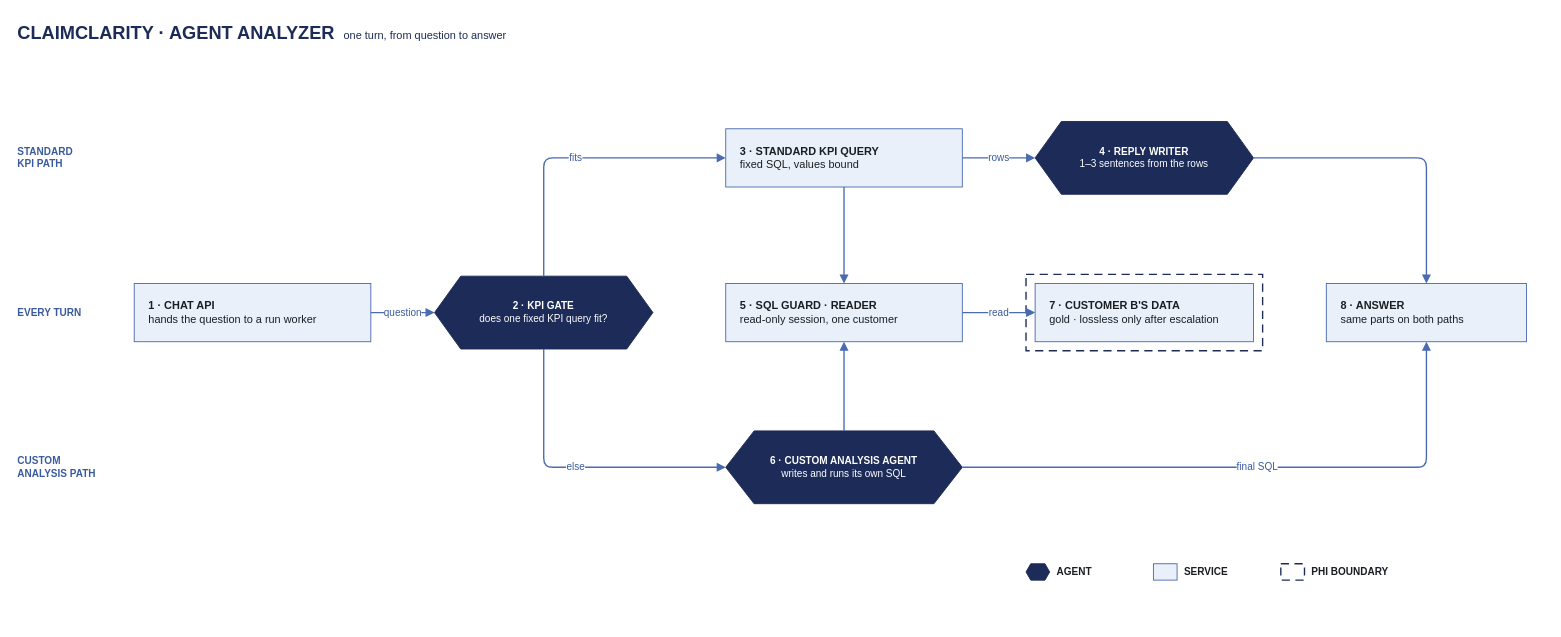
Earlier version of the draw.io diagram docs/architecture/src/40-analyzer.drawio (Peter-Shamoun/cc). Source tidied: cells renumbered, new cells numbered last; positions are measured from the earlier drawing's top-left corner, leaving out a move shared by most shapes. Both pictures are drawn from the tidied source at 91%, with x=0, y=0 at pixel (15, 15).
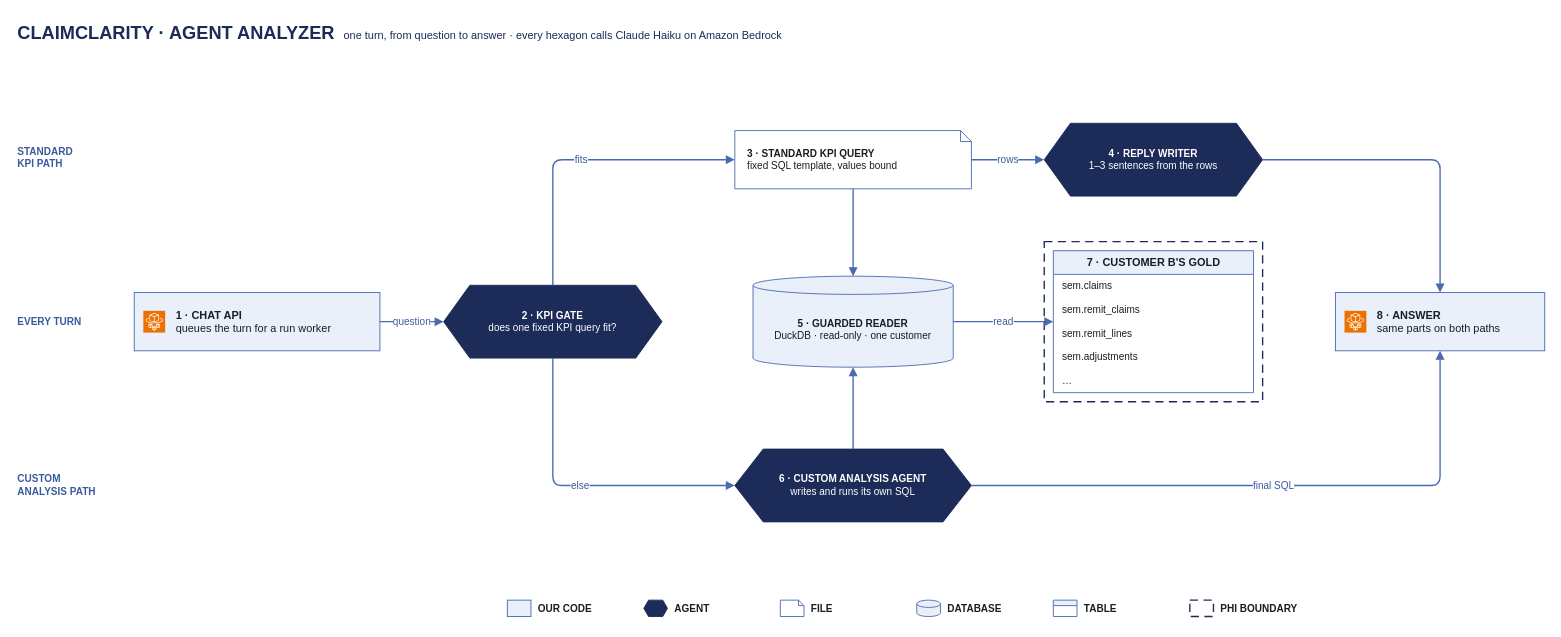
The same diagram, later.

Change to the diagram source:
```diff
@@
-    <mxCell id="2" value="&lt;b style='font-size:20px'&gt;CLAIMCLARITY · AGENT ANALYZER&lt;/b&gt;&amp;nbsp;&amp;nbsp;&amp;nbsp;one turn, from question to answer" style="text;html=1;align=left;verticalAlign=middle;fontSize=12;fontColor=#1C2B57;fontFamily=Helvetica;" parent="1" vertex="1">
-      <mxGeometry width="1200" height="36" as="geometry" />
+    <mxCell id="2" value="&lt;b style='font-size:20px'&gt;CLAIMCLARITY · AGENT ANALYZER&lt;/b&gt;&amp;nbsp;&amp;nbsp;&amp;nbsp;one turn, from question to answer · every hexagon calls Claude Haiku on Amazon Bedrock" style="text;html=1;align=left;verticalAlign=middle;fontSize=12;fontColor=#1C2B57;fontFamily=Helvetica;" parent="1" vertex="1">
+      <mxGeometry width="1300" height="36" as="geometry" />
     </mxCell>
@@
     <mxCell id="4" value="EVERY TURN" style="text;html=1;align=left;verticalAlign=middle;fontSize=11;fontColor=#3A5A9E;fontStyle=1;fontFamily=Helvetica;" parent="1" vertex="1">
-      <mxGeometry y="306" width="110" height="40" as="geometry" />
+      <mxGeometry y="316" width="110" height="40" as="geometry" />
     </mxCell>
     <mxCell id="5" value="CUSTOM&lt;br&gt;ANALYSIS PATH" style="text;html=1;align=left;verticalAlign=middle;fontSize=11;fontColor=#3A5A9E;fontStyle=1;fontFamily=Helvetica;" parent="1" vertex="1">
-      <mxGeometry y="476" width="110" height="40" as="geometry" />
+      <mxGeometry y="496" width="110" height="40" as="geometry" />
     </mxCell>
-    <mxCell id="6" value="&lt;b&gt;1 · CHAT API&lt;/b&gt;&lt;br&gt;hands the question to a run worker" style="rounded=0;whiteSpace=wrap;html=1;fillColor=#EAF0F9;strokeColor=#4A6BB0;fontColor=#1A1D23;align=left;spacingLeft=14;spacingRight=10;verticalAlign=middle;fontSize=12;fontFamily=Helvetica;" parent="1" vertex="1">
-      <mxGeometry x="130" y="294" width="260" height="64" as="geometry" />
+    <mxCell id="6" value="&lt;b&gt;1 · CHAT API&lt;/b&gt;&lt;br&gt;queues the turn for a run worker" style="rounded=0;whiteSpace=wrap;html=1;fillColor=#EAF0F9;strokeColor=#4A6BB0;fontColor=#1A1D23;align=left;spacingLeft=44;spacingRight=10;verticalAlign=middle;fontSize=12;fontFamily=Helvetica;" parent="1" vertex="1">
+      <mxGeometry x="130" y="304" width="270" height="64" as="geometry" />
     </mxCell>
+    <mxCell id="31" style="sketch=0;fontColor=#232F3E;fillColor=#ED7100;strokeColor=#ffffff;dashed=0;verticalLabelPosition=bottom;verticalAlign=top;align=center;html=1;fontSize=11;fontFamily=Helvetica;shape=mxgraph.aws4.resourceIcon;resIcon=mxgraph.aws4.fargate;" parent="6" vertex="1">
+      <mxGeometry x="10" y="20" width="24" height="24" as="geometry" />
+    </mxCell>
     <mxCell id="7" value="&lt;b&gt;2 · KPI GATE&lt;/b&gt;&lt;br&gt;does one fixed KPI query fit?" style="shape=hexagon;perimeter=hexagonPerimeter2;size=0.12;whiteSpace=wrap;html=1;fillColor=#1C2B57;strokeColor=#1C2B57;fontColor=#FFFFFF;fontFamily=Helvetica;fontSize=11;" parent="1" vertex="1">
-      <mxGeometry x="460" y="286" width="240" height="80" as="geometry" />
+      <mxGeometry x="470" y="296" width="240" height="80" as="geometry" />
     </mxCell>
-    <mxCell id="8" value="&lt;b&gt;3 · STANDARD KPI QUERY&lt;/b&gt;&lt;br&gt;fixed SQL, values bound" style="rounded=0;whiteSpace=wrap;html=1;fillColor=#EAF0F9;strokeColor=#4A6BB0;fontColor=#1A1D23;align=left;spacingLeft=14;spacingRight=10;verticalAlign=middle;fontSize=12;fontFamily=Helvetica;" parent="1" vertex="1">
-      <mxGeometry x="780" y="124" width="260" height="64" as="geometry" />
-    </mxCell>
+    <mxCell id="32" value="&lt;b&gt;3 · STANDARD KPI QUERY&lt;/b&gt;&lt;br&gt;fixed SQL template, values bound" style="shape=note;size=12;whiteSpace=wrap;html=1;fillColor=#FFFFFF;strokeColor=#4A6BB0;fontSize=11;fontFamily=Helvetica;fontColor=#1A1D23;align=left;spacingLeft=12;spacingRight=14;" parent="1" vertex="1">
+      <mxGeometry x="790" y="126" width="260" height="64" as="geometry" />
+    </mxCell>
     <mxCell id="9" value="&lt;b&gt;4 · REPLY WRITER&lt;/b&gt;&lt;br&gt;1–3 sentences from the rows" style="shape=hexagon;perimeter=hexagonPerimeter2;size=0.12;whiteSpace=wrap;html=1;fillColor=#1C2B57;strokeColor=#1C2B57;fontColor=#FFFFFF;fontFamily=Helvetica;fontSize=11;" parent="1" vertex="1">
-      <mxGeometry x="1120" y="116" width="240" height="80" as="geometry" />
+      <mxGeometry x="1130" y="118" width="240" height="80" as="geometry" />
     </mxCell>
-    <mxCell id="10" value="&lt;b&gt;5 · SQL GUARD · READER&lt;/b&gt;&lt;br&gt;read-only session, one customer" style="rounded=0;whiteSpace=wrap;html=1;fillColor=#EAF0F9;strokeColor=#4A6BB0;fontColor=#1A1D23;align=left;spacingLeft=14;spacingRight=10;verticalAlign=middle;fontSize=12;fontFamily=Helvetica;" parent="1" vertex="1">
-      <mxGeometry x="780" y="294" width="260" height="64" as="geometry" />
-    </mxCell>
+    <mxCell id="33" value="&lt;b&gt;5 · GUARDED READER&lt;/b&gt;&lt;br&gt;DuckDB · read-only · one customer" style="shape=cylinder3;whiteSpace=wrap;html=1;boundedLbl=1;backgroundOutline=1;size=10;fillColor=#EAF0F9;strokeColor=#4A6BB0;fontSize=11;fontFamily=Helvetica;fontColor=#1A1D23;" parent="1" vertex="1">
+      <mxGeometry x="810" y="286" width="220" height="100" as="geometry" />
+    </mxCell>
     <mxCell id="11" value="&lt;b&gt;6 · CUSTOM ANALYSIS AGENT&lt;/b&gt;&lt;br&gt;writes and runs its own SQL" style="shape=hexagon;perimeter=hexagonPerimeter2;size=0.12;whiteSpace=wrap;html=1;fillColor=#1C2B57;strokeColor=#1C2B57;fontColor=#FFFFFF;fontFamily=Helvetica;fontSize=11;" parent="1" vertex="1">
-      <mxGeometry x="780" y="456" width="260" height="80" as="geometry" />
+      <mxGeometry x="790" y="476" width="260" height="80" as="geometry" />
     </mxCell>
     <mxCell id="12" style="rounded=0;whiteSpace=wrap;html=1;fillColor=none;strokeColor=#1C2B57;dashed=1;dashPattern=6 4;strokeWidth=1.5;" parent="1" vertex="1">
-      <mxGeometry x="1110" y="284" width="260" height="84" as="geometry" />
+      <mxGeometry x="1130" y="248" width="240" height="176" as="geometry" />
     </mxCell>
-    <mxCell id="13" value="&lt;b&gt;7 · CUSTOMER B'S DATA&lt;/b&gt;&lt;br&gt;gold · lossless only after escalation" style="rounded=0;whiteSpace=wrap;html=1;fillColor=#EAF0F9;strokeColor=#4A6BB0;fontColor=#1A1D23;align=left;spacingLeft=14;spacingRight=10;verticalAlign=middle;fontSize=12;fontFamily=Helvetica;" parent="12" vertex="1">
-      <mxGeometry x="10" y="10" width="240" height="64" as="geometry" />
-    </mxCell>
+    <mxCell id="34" value="7 · CUSTOMER B'S GOLD" style="swimlane;fontStyle=1;horizontal=1;startSize=26;fillColor=#EAF0F9;strokeColor=#4A6BB0;html=1;fontSize=12;fontFamily=Helvetica;fontColor=#1A1D23;" parent="12" vertex="1">
+      <mxGeometry x="10" y="10" width="220" height="156" as="geometry" />
+    </mxCell>
+    <mxCell id="35" value="sem.claims" style="text;strokeColor=none;fillColor=none;align=left;verticalAlign=middle;spacingLeft=8;html=1;fontSize=11;fontFamily=Helvetica;fontColor=#1A1D23;" parent="34" vertex="1">
+      <mxGeometry y="26" width="220" height="26" as="geometry" />
+    </mxCell>
+    <mxCell id="36" value="sem.remit_claims" style="text;strokeColor=none;fillColor=none;align=left;verticalAlign=middle;spacingLeft=8;html=1;fontSize=11;fontFamily=Helvetica;fontColor=#1A1D23;" parent="34" vertex="1">
+      <mxGeometry y="52" width="220" height="26" as="geometry" />
+    </mxCell>
+    <mxCell id="37" value="sem.remit_lines" style="text;strokeColor=none;fillColor=none;align=left;verticalAlign=middle;spacingLeft=8;html=1;fontSize=11;fontFamily=Helvetica;fontColor=#1A1D23;" parent="34" vertex="1">
+      <mxGeometry y="78" width="220" height="26" as="geometry" />
+    </mxCell>
+    <mxCell id="38" value="sem.adjustments" style="text;strokeColor=none;fillColor=none;align=left;verticalAlign=middle;spacingLeft=8;html=1;fontSize=11;fontFamily=Helvetica;fontColor=#1A1D23;" parent="34" vertex="1">
+      <mxGeometry y="104" width="220" height="26" as="geometry" />
+    </mxCell>
+    <mxCell id="39" value="…" style="text;strokeColor=none;fillColor=none;align=left;verticalAlign=middle;spacingLeft=8;html=1;fontSize=11;fontFamily=Helvetica;fontColor=#1A1D23;" parent="34" vertex="1">
+      <mxGeometry y="130" width="220" height="26" as="geometry" />
+    </mxCell>
-    <mxCell id="14" value="&lt;b&gt;8 · ANSWER&lt;/b&gt;&lt;br&gt;same parts on both paths" style="rounded=0;whiteSpace=wrap;html=1;fillColor=#EAF0F9;strokeColor=#4A6BB0;fontColor=#1A1D23;align=left;spacingLeft=14;spacingRight=10;verticalAlign=middle;fontSize=12;fontFamily=Helvetica;" parent="1" vertex="1">
-      <mxGeometry x="1440" y="294" width="220" height="64" as="geometry" />
+    <mxCell id="14" value="&lt;b&gt;8 · ANSWER&lt;/b&gt;&lt;br&gt;same parts on both paths" style="rounded=0;whiteSpace=wrap;html=1;fillColor=#EAF0F9;strokeColor=#4A6BB0;fontColor=#1A1D23;align=left;spacingLeft=44;spacingRight=10;verticalAlign=middle;fontSize=12;fontFamily=Helvetica;" parent="1" vertex="1">
+      <mxGeometry x="1450" y="304" width="230" height="64" as="geometry" />
     </mxCell>
+    <mxCell id="40" style="sketch=0;fontColor=#232F3E;fillColor=#ED7100;strokeColor=#ffffff;dashed=0;verticalLabelPosition=bottom;verticalAlign=top;align=center;html=1;fontSize=11;fontFamily=Helvetica;shape=mxgraph.aws4.resourceIcon;resIcon=mxgraph.aws4.fargate;" parent="14" vertex="1">
+      <mxGeometry x="10" y="20" width="24" height="24" as="geometry" />
+    </mxCell>
@@
-    <mxCell id="16" value="fits" style="edgeStyle=orthogonalEdgeStyle;rounded=1;jettySize=auto;html=1;strokeColor=#4A6BB0;strokeWidth=1.5;endArrow=block;endFill=1;endSize=6;fontSize=11;fontColor=#3A5A9E;labelBackgroundColor=#FFFFFF;fontFamily=Helvetica;exitX=0.5;exitY=0;exitDx=0;exitDy=0;entryX=0;entryY=0.5;entryDx=0;entryDy=0;" parent="1" edge="1" source="7" target="8">
+    <mxCell id="16" value="fits" style="edgeStyle=orthogonalEdgeStyle;rounded=1;jettySize=auto;html=1;strokeColor=#4A6BB0;strokeWidth=1.5;endArrow=block;endFill=1;endSize=6;fontSize=11;fontColor=#3A5A9E;labelBackgroundColor=#FFFFFF;fontFamily=Helvetica;exitX=0.5;exitY=0;exitDx=0;exitDy=0;entryX=0;entryY=0.5;entryDx=0;entryDy=0;" parent="1" edge="1" source="7" target="32">
       <mxGeometry relative="1" as="geometry">
         <Array as="points">
-          <mxPoint x="580" y="156" />
+          <mxPoint x="590" y="158" />
         </Array>
       </mxGeometry>
     </mxCell>
     <mxCell id="17" value="else" style="edgeStyle=orthogonalEdgeStyle;rounded=1;jettySize=auto;html=1;strokeColor=#4A6BB0;strokeWidth=1.5;endArrow=block;endFill=1;endSize=6;fontSize=11;fontColor=#3A5A9E;labelBackgroundColor=#FFFFFF;fontFamily=Helvetica;exitX=0.5;exitY=1;exitDx=0;exitDy=0;entryX=0;entryY=0.5;entryDx=0;entryDy=0;" parent="1" edge="1" source="7" target="11">
       <mxGeometry relative="1" as="geometry">
         <Array as="points">
-          <mxPoint x="580" y="496" />
+          <mxPoint x="590" y="516" />
         </Array>
       </mxGeometry>
     </mxCell>
-    <mxCell id="18" style="edgeStyle=orthogonalEdgeStyle;rounded=1;jettySize=auto;html=1;strokeColor=#4A6BB0;strokeWidth=1.5;endArrow=block;endFill=1;endSize=6;fontSize=11;fontColor=#3A5A9E;labelBackgroundColor=#FFFFFF;fontFamily=Helvetica;exitX=0.5;exitY=1;exitDx=0;exitDy=0;entryX=0.5;entryY=0;entryDx=0;entryDy=0;" parent="1" edge="1" source="8" target="10">
-      <mxGeometry relative="1" as="geometry" />
-    </mxCell>
-    <mxCell id="19" style="edgeStyle=orthogonalEdgeStyle;rounded=1;jettySize=auto;html=1;strokeColor=#4A6BB0;strokeWidth=1.5;endArrow=block;endFill=1;endSize=6;fontSize=11;fontColor=#3A5A9E;labelBackgroundColor=#FFFFFF;fontFamily=Helvetica;exitX=0.5;exitY=0;exitDx=0;exitDy=0;entryX=0.5;entryY=1;entryDx=0;entryDy=0;" parent="1" edge="1" source="11" target="10">
-      <mxGeometry relative="1" as="geometry" />
-    </mxCell>
+    <mxCell id="41" style="edgeStyle=orthogonalEdgeStyle;rounded=1;jettySize=auto;html=1;strokeColor=#4A6BB0;strokeWidth=1.5;endArrow=block;endFill=1;endSize=6;fontSize=11;fontColor=#3A5A9E;labelBackgroundColor=#FFFFFF;fontFamily=Helvetica;exitX=0.5;exitY=1;exitDx=0;exitDy=0;entryX=0.5;entryY=0;entryDx=0;entryDy=0;" parent="1" edge="1" source="32" target="33">
+      <mxGeometry relative="1" as="geometry" />
+    </mxCell>
+    <mxCell id="42" style="edgeStyle=orthogonalEdgeStyle;rounded=1;jettySize=auto;html=1;strokeColor=#4A6BB0;strokeWidth=1.5;endArrow=block;endFill=1;endSize=6;fontSize=11;fontColor=#3A5A9E;labelBackgroundColor=#FFFFFF;fontFamily=Helvetica;exitX=0.5;exitY=0;exitDx=0;exitDy=0;entryX=0.5;entryY=1;entryDx=0;entryDy=0;" parent="1" edge="1" source="11" target="33">
+      <mxGeometry relative="1" as="geometry" />
+    </mxCell>
-    <mxCell id="20" value="read" style="edgeStyle=orthogonalEdgeStyle;rounded=1;jettySize=auto;html=1;strokeColor=#4A6BB0;strokeWidth=1.5;endArrow=block;endFill=1;endSize=6;fontSize=11;fontColor=#3A5A9E;labelBackgroundColor=#FFFFFF;fontFamily=Helvetica;exitX=1;exitY=0.5;exitDx=0;exitDy=0;entryX=0;entryY=0.5;entryDx=0;entryDy=0;" parent="1" edge="1" source="10" target="13">
+    <mxCell id="20" value="read" style="edgeStyle=orthogonalEdgeStyle;rounded=1;jettySize=auto;html=1;strokeColor=#4A6BB0;strokeWidth=1.5;endArrow=block;endFill=1;endSize=6;fontSize=11;fontColor=#3A5A9E;labelBackgroundColor=#FFFFFF;fontFamily=Helvetica;exitX=1;exitY=0.5;exitDx=0;exitDy=0;entryX=0;entryY=0.5;entryDx=0;entryDy=0;" parent="1" edge="1" source="33" target="34">
       <mxGeometry relative="1" as="geometry" />
     </mxCell>
-    <mxCell id="21" value="rows" style="edgeStyle=orthogonalEdgeStyle;rounded=1;jettySize=auto;html=1;strokeColor=#4A6BB0;strokeWidth=1.5;endArrow=block;endFill=1;endSize=6;fontSize=11;fontColor=#3A5A9E;labelBackgroundColor=#FFFFFF;fontFamily=Helvetica;exitX=1;exitY=0.5;exitDx=0;exitDy=0;entryX=0;entryY=0.5;entryDx=0;entryDy=0;" parent="1" edge="1" source="8" target="9">
+    <mxCell id="21" value="rows" style="edgeStyle=orthogonalEdgeStyle;rounded=1;jettySize=auto;html=1;strokeColor=#4A6BB0;strokeWidth=1.5;endArrow=block;endFill=1;endSize=6;fontSize=11;fontColor=#3A5A9E;labelBackgroundColor=#FFFFFF;fontFamily=Helvetica;exitX=1;exitY=0.5;exitDx=0;exitDy=0;entryX=0;entryY=0.5;entryDx=0;entryDy=0;" parent="1" edge="1" source="32" target="9">
       <mxGeometry relative="1" as="geometry" />
     </mxCell>
     <mxCell id="22" style="edgeStyle=orthogonalEdgeStyle;rounded=1;jettySize=auto;html=1;strokeColor=#4A6BB0;strokeWidth=1.5;endArrow=block;endFill=1;endSize=6;fontSize=11;fontColor=#3A5A9E;labelBackgroundColor=#FFFFFF;fontFamily=Helvetica;exitX=1;exitY=0.5;exitDx=0;exitDy=0;entryX=0.5;entryY=0;entryDx=0;entryDy=0;" parent="1" edge="1" source="9" target="14">
       <mxGeometry relative="1" as="geometry">
         <Array as="points">
-          <mxPoint x="1550" y="156" />
+          <mxPoint x="1565" y="158" />
         </Array>
       </mxGeometry>
     </mxCell>
     <mxCell id="23" value="final SQL" style="edgeStyle=orthogonalEdgeStyle;rounded=1;jettySize=auto;html=1;strokeColor=#4A6BB0;strokeWidth=1.5;endArrow=block;endFill=1;endSize=6;fontSize=11;fontColor=#3A5A9E;labelBackgroundColor=#FFFFFF;fontFamily=Helvetica;exitX=1;exitY=0.5;exitDx=0;exitDy=0;entryX=0.5;entryY=1;entryDx=0;entryDy=0;" parent="1" edge="1" source="11" target="14">
       <mxGeometry relative="1" as="geometry">
         <Array as="points">
-          <mxPoint x="1550" y="496" />
+          <mxPoint x="1565" y="516" />
         </Array>
       </mxGeometry>
     </mxCell>
     <mxCell id="24" style="rounded=0;html=1;fillColor=none;strokeColor=none;" parent="1" vertex="1">
-      <mxGeometry x="1110" y="596" width="420" height="30" as="geometry" />
+      <mxGeometry x="540" y="636" width="900" height="30" as="geometry" />
     </mxCell>
-    <mxCell id="25" style="shape=hexagon;perimeter=hexagonPerimeter2;size=0.2;fillColor=#1C2B57;strokeColor=#1C2B57;html=1;" parent="24" vertex="1">
+    <mxCell id="25" style="fillColor=#EAF0F9;strokeColor=#4A6BB0;html=1;" parent="24" vertex="1">
       <mxGeometry y="6" width="26" height="18" as="geometry" />
     </mxCell>
-    <mxCell id="26" value="AGENT" style="text;html=1;align=left;verticalAlign=middle;fontSize=11;fontColor=#1A1D23;fontStyle=1;fontFamily=Helvetica;" parent="24" vertex="1">
-      <mxGeometry x="32" y="4" width="105" height="22" as="geometry" />
+    <mxCell id="26" value="OUR CODE" style="text;html=1;align=left;verticalAlign=middle;fontSize=11;fontColor=#1A1D23;fontStyle=1;fontFamily=Helvetica;" parent="24" vertex="1">
+      <mxGeometry x="32" y="4" width="115" height="22" as="geometry" />
     </mxCell>
-    <mxCell id="27" style="fillColor=#EAF0F9;strokeColor=#4A6BB0;html=1;" parent="24" vertex="1">
-      <mxGeometry x="140" y="6" width="26" height="18" as="geometry" />
+    <mxCell id="27" style="shape=hexagon;perimeter=hexagonPerimeter2;size=0.2;fillColor=#1C2B57;strokeColor=#1C2B57;html=1;" parent="24" vertex="1">
+      <mxGeometry x="150" y="6" width="26" height="18" as="geometry" />
     </mxCell>
-    <mxCell id="28" value="SERVICE" style="text;html=1;align=left;verticalAlign=middle;fontSize=11;fontColor=#1A1D23;fontStyle=1;fontFamily=Helvetica;" parent="24" vertex="1">
-      <mxGeometry x="172" y="4" width="105" height="22" as="geometry" />
+    <mxCell id="28" value="AGENT" style="text;html=1;align=left;verticalAlign=middle;fontSize=11;fontColor=#1A1D23;fontStyle=1;fontFamily=Helvetica;" parent="24" vertex="1">
+      <mxGeometry x="182" y="4" width="115" height="22" as="geometry" />
     </mxCell>
-    <mxCell id="29" style="fillColor=none;strokeColor=#1C2B57;dashed=1;dashPattern=6 4;strokeWidth=1.5;html=1;" parent="24" vertex="1">
-      <mxGeometry x="280" y="6" width="26" height="18" as="geometry" />
+    <mxCell id="29" style="shape=note;size=6;html=1;fillColor=#FFFFFF;strokeColor=#4A6BB0;" parent="24" vertex="1">
+      <mxGeometry x="300" y="6" width="26" height="18" as="geometry" />
     </mxCell>
-    <mxCell id="30" value="PHI BOUNDARY" style="text;html=1;align=left;verticalAlign=middle;fontSize=11;fontColor=#1A1D23;fontStyle=1;fontFamily=Helvetica;" parent="24" vertex="1">
-      <mxGeometry x="312" y="4" width="105" height="22" as="geometry" />
+    <mxCell id="30" value="FILE" style="text;html=1;align=left;verticalAlign=middle;fontSize=11;fontColor=#1A1D23;fontStyle=1;fontFamily=Helvetica;" parent="24" vertex="1">
+      <mxGeometry x="332" y="4" width="115" height="22" as="geometry" />
     </mxCell>
+    <mxCell id="43" style="shape=cylinder3;html=1;boundedLbl=1;backgroundOutline=1;size=4;fillColor=#EAF0F9;strokeColor=#4A6BB0;" parent="24" vertex="1">
+      <mxGeometry x="450" y="6" width="26" height="18" as="geometry" />
+    </mxCell>
+    <mxCell id="44" value="DATABASE" style="text;html=1;align=left;verticalAlign=middle;fontSize=11;fontColor=#1A1D23;fontStyle=1;fontFamily=Helvetica;" parent="24" vertex="1">
+      <mxGeometry x="482" y="4" width="115" height="22" as="geometry" />
+    </mxCell>
+    <mxCell id="45" style="swimlane;startSize=6;fillColor=#EAF0F9;strokeColor=#4A6BB0;html=1;" parent="24" vertex="1">
+      <mxGeometry x="600" y="6" width="26" height="18" as="geometry" />
+    </mxCell>
+    <mxCell id="46" value="TABLE" style="text;html=1;align=left;verticalAlign=middle;fontSize=11;fontColor=#1A1D23;fontStyle=1;fontFamily=Helvetica;" parent="24" vertex="1">
+      <mxGeometry x="632" y="4" width="115" height="22" as="geometry" />
+    </mxCell>
+    <mxCell id="47" style="fillColor=none;strokeColor=#1C2B57;dashed=1;dashPattern=6 4;strokeWidth=1.5;html=1;" parent="24" vertex="1">
+      <mxGeometry x="750" y="6" width="26" height="18" as="geometry" />
+    </mxCell>
+    <mxCell id="48" value="PHI BOUNDARY" style="text;html=1;align=left;verticalAlign=middle;fontSize=11;fontColor=#1A1D23;fontStyle=1;fontFamily=Helvetica;" parent="24" vertex="1">
+      <mxGeometry x="782" y="4" width="115" height="22" as="geometry" />
+    </mxCell>
```
